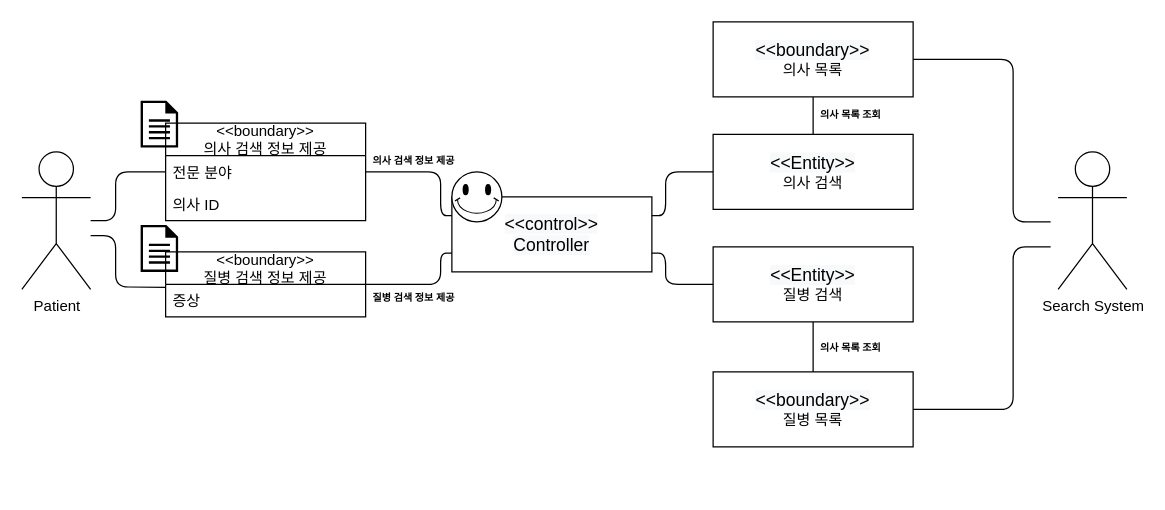
Above: patient/02.domainmodel/domain_model-UC6.drawio in yhb1834/Smart-Health-Prediction-System (draw.io), before the change. Source tidied: cells renumbered, new cells numbered last; positions are measured from the earlier drawing's top-left corner, leaving out a move shared by most shapes. Both pictures are drawn from the tidied source at 125%, with x=0, y=0 at pixel (21, 21).
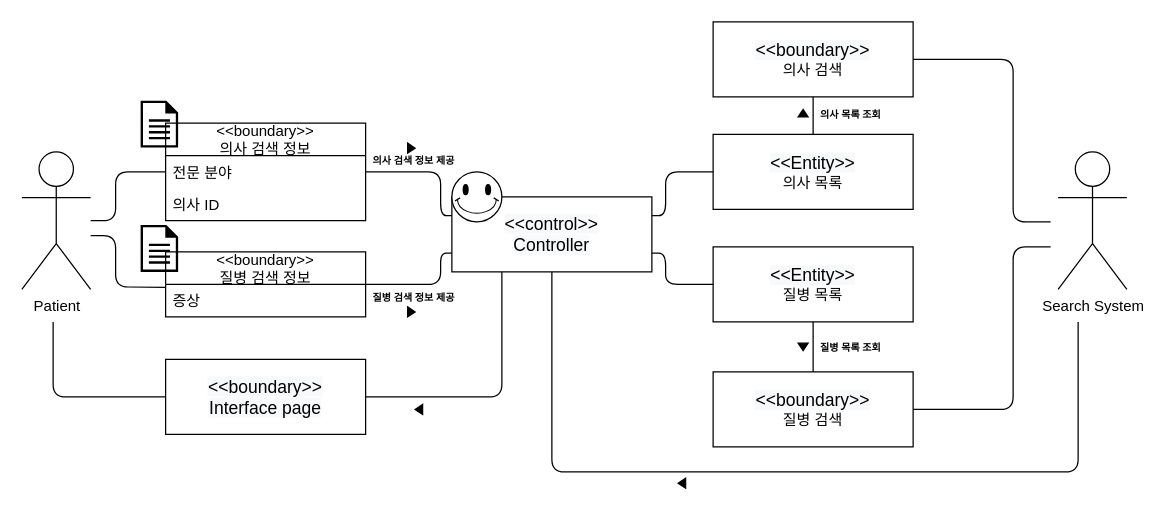
Above is the later version.

Unchanged cells that the change refers to:
```xml
<mxCell id="7" value="&#10;&#10;&lt;span style=&quot;color: rgb(0, 0, 0); font-family: helvetica; font-size: 14px; font-style: normal; font-weight: 400; letter-spacing: normal; text-align: center; text-indent: 0px; text-transform: none; word-spacing: 0px; background-color: rgb(248, 249, 250); display: inline; float: none;&quot;&gt;&amp;lt;&amp;lt;control&amp;gt;&amp;gt;&lt;/span&gt;&lt;br style=&quot;padding: 0px; margin: 0px; color: rgb(0, 0, 0); font-family: helvetica; font-size: 14px; font-style: normal; font-weight: 400; letter-spacing: normal; text-align: center; text-indent: 0px; text-transform: none; word-spacing: 0px; background-color: rgb(248, 249, 250);&quot;&gt;&lt;span style=&quot;color: rgb(0, 0, 0); font-family: helvetica; font-size: 14px; font-style: normal; font-weight: 400; letter-spacing: normal; text-align: center; text-indent: 0px; text-transform: none; word-spacing: 0px; background-color: rgb(248, 249, 250); display: inline; float: none;&quot;&gt;Controller&lt;/span&gt;&#10;&#10;" style="rounded=0;whiteSpace=wrap;html=1;" parent="1" vertex="1">
  <mxGeometry x="344" y="140" width="160" height="60" as="geometry" />
</mxCell>
```

Change to the diagram source:
```diff
@@
-    <mxCell id="8" value="&lt;span style=&quot;color: rgb(0 , 0 , 0) ; font-family: &amp;#34;helvetica&amp;#34; ; font-size: 14px ; font-style: normal ; font-weight: 400 ; letter-spacing: normal ; text-align: center ; text-indent: 0px ; text-transform: none ; word-spacing: 0px ; background-color: rgb(248 , 249 , 250) ; display: inline ; float: none&quot;&gt;&amp;lt;&amp;lt;boundary&amp;gt;&amp;gt;&lt;br&gt;&lt;/span&gt;의사 목록" style="rounded=0;whiteSpace=wrap;html=1;" parent="1" vertex="1">
+    <mxCell id="8" value="&lt;span style=&quot;color: rgb(0 , 0 , 0) ; font-family: &amp;#34;helvetica&amp;#34; ; font-size: 14px ; font-style: normal ; font-weight: 400 ; letter-spacing: normal ; text-align: center ; text-indent: 0px ; text-transform: none ; word-spacing: 0px ; background-color: rgb(248 , 249 , 250) ; display: inline ; float: none&quot;&gt;&amp;lt;&amp;lt;boundary&amp;gt;&amp;gt;&lt;br&gt;&lt;/span&gt;의사 검색" style="rounded=0;whiteSpace=wrap;html=1;" parent="1" vertex="1">
       <mxGeometry x="553" width="160" height="60" as="geometry" />
     </mxCell>
-    <mxCell id="9" value="&lt;span style=&quot;color: rgb(0 , 0 , 0) ; font-family: &amp;#34;helvetica&amp;#34; ; font-size: 14px ; font-style: normal ; font-weight: 400 ; letter-spacing: normal ; text-align: center ; text-indent: 0px ; text-transform: none ; word-spacing: 0px ; background-color: rgb(248 , 249 , 250) ; display: inline ; float: none&quot;&gt;&amp;lt;&amp;lt;Entity&amp;gt;&amp;gt;&lt;br&gt;&lt;/span&gt;의사 검색" style="rounded=0;whiteSpace=wrap;html=1;" parent="1" vertex="1">
+    <mxCell id="9" value="&lt;span style=&quot;color: rgb(0 , 0 , 0) ; font-family: &amp;#34;helvetica&amp;#34; ; font-size: 14px ; font-style: normal ; font-weight: 400 ; letter-spacing: normal ; text-align: center ; text-indent: 0px ; text-transform: none ; word-spacing: 0px ; background-color: rgb(248 , 249 , 250) ; display: inline ; float: none&quot;&gt;&amp;lt;&amp;lt;Entity&amp;gt;&amp;gt;&lt;br&gt;&lt;/span&gt;의사 목록" style="rounded=0;whiteSpace=wrap;html=1;" parent="1" vertex="1">
       <mxGeometry x="553" y="90" width="160" height="60" as="geometry" />
     </mxCell>
-    <mxCell id="10" value="&lt;span style=&quot;color: rgb(0 , 0 , 0) ; font-family: &amp;#34;helvetica&amp;#34; ; font-size: 14px ; font-style: normal ; font-weight: 400 ; letter-spacing: normal ; text-align: center ; text-indent: 0px ; text-transform: none ; word-spacing: 0px ; background-color: rgb(248 , 249 , 250) ; display: inline ; float: none&quot;&gt;&amp;lt;&amp;lt;Entity&amp;gt;&amp;gt;&lt;br&gt;&lt;/span&gt;질병 검색" style="rounded=0;whiteSpace=wrap;html=1;" parent="1" vertex="1">
+    <mxCell id="10" value="&lt;span style=&quot;color: rgb(0 , 0 , 0) ; font-family: &amp;#34;helvetica&amp;#34; ; font-size: 14px ; font-style: normal ; font-weight: 400 ; letter-spacing: normal ; text-align: center ; text-indent: 0px ; text-transform: none ; word-spacing: 0px ; background-color: rgb(248 , 249 , 250) ; display: inline ; float: none&quot;&gt;&amp;lt;&amp;lt;Entity&amp;gt;&amp;gt;&lt;br&gt;&lt;/span&gt;질병 목록" style="rounded=0;whiteSpace=wrap;html=1;" parent="1" vertex="1">
       <mxGeometry x="553" y="180" width="160" height="60" as="geometry" />
     </mxCell>
@@
-    <mxCell id="12" value="&lt;span style=&quot;color: rgb(0 , 0 , 0) ; font-family: &amp;#34;helvetica&amp;#34; ; font-size: 14px ; font-style: normal ; font-weight: 400 ; letter-spacing: normal ; text-align: center ; text-indent: 0px ; text-transform: none ; word-spacing: 0px ; background-color: rgb(248 , 249 , 250) ; display: inline ; float: none&quot;&gt;&amp;lt;&amp;lt;boundary&amp;gt;&amp;gt;&lt;br&gt;&lt;/span&gt;질병 목록" style="rounded=0;whiteSpace=wrap;html=1;" parent="1" vertex="1">
+    <mxCell id="12" value="&lt;span style=&quot;color: rgb(0 , 0 , 0) ; font-family: &amp;#34;helvetica&amp;#34; ; font-size: 14px ; font-style: normal ; font-weight: 400 ; letter-spacing: normal ; text-align: center ; text-indent: 0px ; text-transform: none ; word-spacing: 0px ; background-color: rgb(248 , 249 , 250) ; display: inline ; float: none&quot;&gt;&amp;lt;&amp;lt;boundary&amp;gt;&amp;gt;&lt;br&gt;&lt;/span&gt;질병 검색" style="rounded=0;whiteSpace=wrap;html=1;" parent="1" vertex="1">
       <mxGeometry x="553" y="280" width="160" height="60" as="geometry" />
     </mxCell>
@@
-    <mxCell id="21" value="&lt;&lt;boundary&gt;&gt;&#10;의사 검색 정보 제공" style="swimlane;fontStyle=0;horizontal=1;startSize=26;fillColor=none;" parent="1" vertex="1">
+    <mxCell id="21" value="&lt;&lt;boundary&gt;&gt;&#10;의사 검색 정보" style="swimlane;fontStyle=0;horizontal=1;startSize=26;fillColor=none;" parent="1" vertex="1">
       <mxGeometry x="115" y="81" width="160" height="78" as="geometry" />
     </mxCell>
@@
-    <mxCell id="27" value="&lt;&lt;boundary&gt;&gt;&#10;질병 검색 정보 제공" style="swimlane;fontStyle=0;horizontal=1;startSize=26;fillColor=none;" parent="1" vertex="1">
+    <mxCell id="27" value="&lt;&lt;boundary&gt;&gt;&#10;질병 검색 정보" style="swimlane;fontStyle=0;horizontal=1;startSize=26;fillColor=none;" parent="1" vertex="1">
       <mxGeometry x="115" y="184" width="160" height="52" as="geometry" />
     </mxCell>
@@
-    <mxCell id="30" value="의사 목록 조회" style="text;strokeColor=none;fillColor=none;align=left;verticalAlign=top;spacingLeft=4;spacingRight=4;overflow=hidden;fontSize=8;fontStyle=1;" parent="1" vertex="1">
+    <mxCell id="30" value="질병 목록 조회" style="text;strokeColor=none;fillColor=none;align=left;verticalAlign=top;spacingLeft=4;spacingRight=4;overflow=hidden;fontSize=8;fontStyle=1;" parent="1" vertex="1">
       <mxGeometry x="633" y="250" width="80" height="20" as="geometry" />
     </mxCell>
+    <mxCell id="31" style="triangle;whiteSpace=wrap;html=1;fontSize=8;strokeColor=#000000;fillColor=#000000;" parent="1" vertex="1">
+      <mxGeometry x="308.6" y="97" width="6" height="8" as="geometry" />
+    </mxCell>
+    <mxCell id="32" style="triangle;whiteSpace=wrap;html=1;fontSize=8;strokeColor=#000000;fillColor=#000000;" parent="1" vertex="1">
+      <mxGeometry x="308.6" y="228" width="6" height="8" as="geometry" />
+    </mxCell>
+    <mxCell id="33" style="triangle;whiteSpace=wrap;html=1;fontSize=8;strokeColor=#000000;fillColor=#000000;rotation=-90;" parent="1" vertex="1">
+      <mxGeometry x="622" y="69" width="6" height="8" as="geometry" />
+    </mxCell>
+    <mxCell id="34" style="triangle;whiteSpace=wrap;html=1;fontSize=8;strokeColor=#000000;fillColor=#000000;rotation=90;" parent="1" vertex="1">
+      <mxGeometry x="622" y="256" width="6" height="8" as="geometry" />
+    </mxCell>
+    <mxCell id="35" value="&lt;span style=&quot;color: rgb(0 , 0 , 0) ; font-family: &amp;#34;helvetica&amp;#34; ; font-size: 14px ; font-style: normal ; font-weight: 400 ; letter-spacing: normal ; text-align: center ; text-indent: 0px ; text-transform: none ; word-spacing: 0px ; background-color: rgb(248 , 249 , 250) ; display: inline ; float: none&quot;&gt;&amp;lt;&amp;lt;boundary&amp;gt;&amp;gt;&lt;/span&gt;&lt;br style=&quot;padding: 0px ; margin: 0px ; color: rgb(0 , 0 , 0) ; font-family: &amp;#34;helvetica&amp;#34; ; font-size: 14px ; font-style: normal ; font-weight: 400 ; letter-spacing: normal ; text-align: center ; text-indent: 0px ; text-transform: none ; word-spacing: 0px ; background-color: rgb(248 , 249 , 250)&quot;&gt;&lt;span style=&quot;color: rgb(0 , 0 , 0) ; font-family: &amp;#34;helvetica&amp;#34; ; font-size: 14px ; font-style: normal ; font-weight: 400 ; letter-spacing: normal ; text-align: center ; text-indent: 0px ; text-transform: none ; word-spacing: 0px ; background-color: rgb(248 , 249 , 250) ; display: inline ; float: none&quot;&gt;Interface page&lt;/span&gt;" style="rounded=0;whiteSpace=wrap;html=1;" parent="1" vertex="1">
+      <mxGeometry x="115" y="270" width="160" height="60" as="geometry" />
+    </mxCell>
+    <mxCell id="36" style="endArrow=none;html=1;exitX=0.5;exitY=1;exitDx=0;exitDy=0;" parent="1" edge="1" source="7">
+      <mxGeometry relative="1" as="geometry">
+        <mxPoint x="845" y="240" as="targetPoint" />
+        <Array as="points">
+          <mxPoint x="424" y="360" />
+          <mxPoint x="845" y="360" />
+          <mxPoint x="845" y="280" />
+        </Array>
+      </mxGeometry>
+    </mxCell>
+    <mxCell id="37" style="endArrow=none;html=1;exitX=0;exitY=0.5;exitDx=0;exitDy=0;" parent="1" edge="1" source="35">
+      <mxGeometry relative="1" as="geometry">
+        <mxPoint x="25" y="240" as="targetPoint" />
+        <Array as="points">
+          <mxPoint x="25" y="300" />
+        </Array>
+      </mxGeometry>
+    </mxCell>
+    <mxCell id="38" style="triangle;whiteSpace=wrap;html=1;fontSize=8;strokeColor=#000000;fillColor=#000000;rotation=-180;" parent="1" vertex="1">
+      <mxGeometry x="525" y="365" width="6" height="8" as="geometry" />
+    </mxCell>
+    <mxCell id="39" style="endArrow=none;html=1;exitX=1;exitY=0.5;exitDx=0;exitDy=0;entryX=0.25;entryY=1;entryDx=0;entryDy=0;" parent="1" edge="1" source="35" target="7">
+      <mxGeometry relative="1" as="geometry">
+        <Array as="points">
+          <mxPoint x="384" y="300" />
+        </Array>
+      </mxGeometry>
+    </mxCell>
+    <mxCell id="40" style="triangle;whiteSpace=wrap;html=1;fontSize=8;strokeColor=#000000;fillColor=#000000;rotation=-180;" parent="1" vertex="1">
+      <mxGeometry x="314.6" y="306" width="6" height="8" as="geometry" />
+    </mxCell>
```
